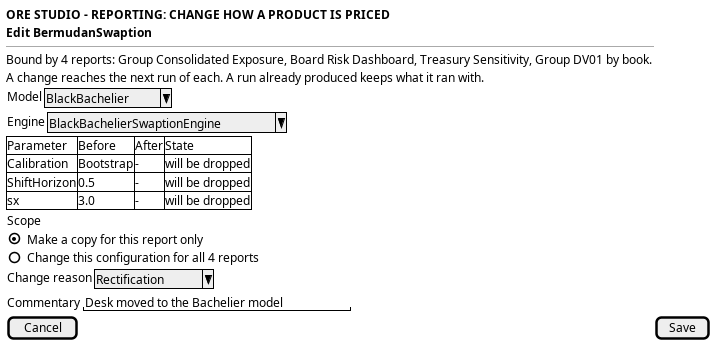
Above: doc/knowledge/journeys/reporting/wireframe_change_how_a_product_is_priced.png in OreStudio/OreStudio (PlantUML), before the change. Its source is kept beside it as doc/knowledge/journeys/reporting/wireframe_change_how_a_product_is_priced.puml.
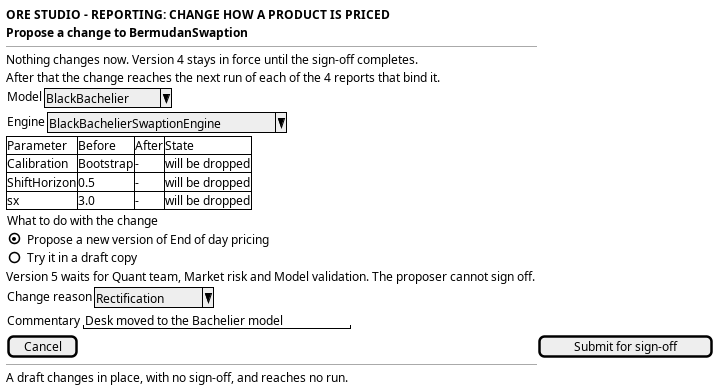
The same diagram one commit later.

Change to the diagram source:
```diff
@@ -3,10 +3,10 @@
 salt
 {
   <b>ORE STUDIO - REPORTING: CHANGE HOW A PRODUCT IS PRICED</b>
-  <b>Edit BermudanSwaption</b>
+  <b>Propose a change to BermudanSwaption</b>
   --
-  Bound by 4 reports: Group Consolidated Exposure, Board Risk Dashboard, Treasury Sensitivity, Group DV01 by book.
-  A change reaches the next run of each. A run already produced keeps what it ran with.
+  Nothing changes now. Version 4 stays in force until the sign-off completes.
+  After that the change reaches the next run of each of the 4 reports that bind it.
   { Model | ^BlackBachelier^ }
   { Engine | ^BlackBachelierSwaptionEngine^ }
   {#
@@ -16,13 +16,16 @@
     sx | 3.0 | - | will be dropped
   }
   {
-    Scope
-    (X) Make a copy for this report only
-    ( ) Change this configuration for all 4 reports
+    What to do with the change
+    (X) Propose a new version of End of day pricing
+    ( ) Try it in a draft copy
   }
+  Version 5 waits for Quant team, Market risk and Model validation. The proposer cannot sign off.
   { Change reason | ^Rectification^ }
   { Commentary | "Desk moved to the Bachelier model" }
-  [ Cancel ] | [ Save ]
+  [ Cancel ] | [ Submit for sign-off ]
+  --
+  A draft changes in place, with no sign-off, and reaches no run.
 }
 
 @enduml
```
